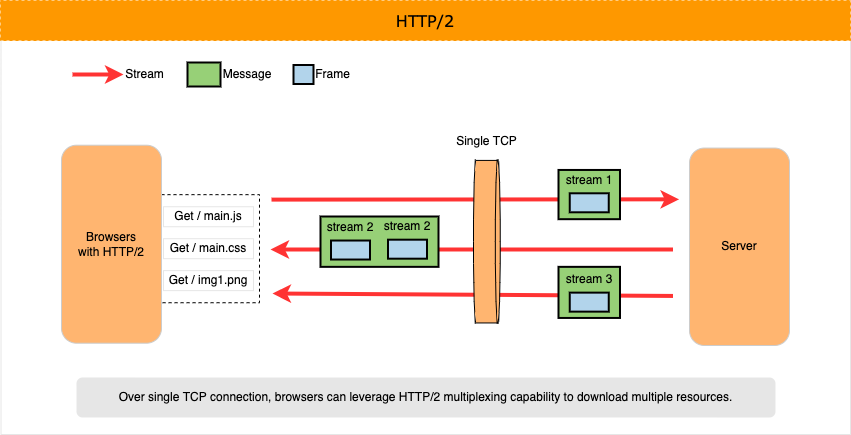
Earlier version of the draw.io export diagrams/http2.png (shahzadhuq/jit-learning-gRPC-with-dotnet). Source tidied: cells renumbered, new cells last; positions are measured from the earlier drawing's top-left corner, leaving out a move shared by most shapes. Source of this version:
```xml
<mxGraphModel>
  <root>
    <mxCell id="0" />
    <mxCell id="1" parent="0" />
    <mxCell id="2" style="rounded=0;whiteSpace=wrap;html=1;strokeColor=#E6E6E6;" parent="1" vertex="1">
      <mxGeometry x="0.5" y="38" width="849.5" height="396" as="geometry" />
    </mxCell>
    <mxCell id="3" style="rounded=0;whiteSpace=wrap;html=1;shadow=0;dashed=1;strokeColor=default;fillColor=none;" parent="1" vertex="1">
      <mxGeometry x="161" y="194.2" width="98" height="108.1" as="geometry" />
    </mxCell>
    <mxCell id="4" value="HTTP/2" style="rounded=0;whiteSpace=wrap;html=1;shadow=0;dashed=1;fontFamily=Verdana;fontSize=16;strokeColor=#FE9800;strokeWidth=1;fillColor=#FE9800;fontStyle=0;" parent="1" vertex="1">
      <mxGeometry width="850" height="40" as="geometry" />
    </mxCell>
    <mxCell id="5" value="Over single TCP connection, browsers can leverage HTTP/2 multiplexing capability to download multiple resources." style="rounded=1;whiteSpace=wrap;html=1;strokeColor=none;fillColor=#E6E6E6;" parent="1" vertex="1">
      <mxGeometry x="76" y="377" width="699" height="40" as="geometry" />
    </mxCell>
    <mxCell id="6" style="endArrow=classic;html=1;rounded=0;strokeColor=#FF3333;strokeWidth=4;startArrow=none;startFill=0;" parent="1" edge="1">
      <mxGeometry relative="1" as="geometry">
        <mxPoint x="72" y="74" as="sourcePoint" />
        <mxPoint x="123" y="74" as="targetPoint" />
      </mxGeometry>
    </mxCell>
    <mxCell id="7" value="Stream" style="text;html=1;strokeColor=none;fillColor=none;align=center;verticalAlign=middle;whiteSpace=wrap;rounded=0;shadow=0;" parent="1" vertex="1">
      <mxGeometry x="121" y="59" width="47" height="30" as="geometry" />
    </mxCell>
    <mxCell id="8" style="rounded=0;whiteSpace=wrap;html=1;shadow=0;strokeColor=default;fillColor=#97D077;strokeWidth=2;" parent="1" vertex="1">
      <mxGeometry x="187" y="62" width="33" height="24" as="geometry" />
    </mxCell>
    <mxCell id="9" value="Message" style="text;html=1;strokeColor=none;fillColor=none;align=center;verticalAlign=middle;whiteSpace=wrap;rounded=0;shadow=0;" parent="1" vertex="1">
      <mxGeometry x="220" y="59" width="54" height="30" as="geometry" />
    </mxCell>
    <mxCell id="10" style="rounded=0;whiteSpace=wrap;html=1;shadow=0;strokeColor=default;strokeWidth=2;fillColor=#B2D4EB;" parent="1" vertex="1">
      <mxGeometry x="293" y="64.5" width="20" height="19" as="geometry" />
    </mxCell>
    <mxCell id="11" value="Frame" style="text;html=1;strokeColor=none;fillColor=none;align=center;verticalAlign=middle;whiteSpace=wrap;rounded=0;shadow=0;" parent="1" vertex="1">
      <mxGeometry x="313" y="59" width="39" height="30" as="geometry" />
    </mxCell>
    <mxCell id="12" style="endArrow=classic;html=1;rounded=0;entryX=0.765;entryY=0.706;entryDx=0;entryDy=0;strokeColor=#FF3333;strokeWidth=4;entryPerimeter=0;startArrow=none;startFill=0;" parent="1" edge="1">
      <mxGeometry relative="1" as="geometry">
        <mxPoint x="271" y="199.1" as="sourcePoint" />
        <mxPoint x="678.5" y="198.8" as="targetPoint" />
      </mxGeometry>
    </mxCell>
    <mxCell id="13" value="Browsers&lt;br&gt;with HTTP/2" style="rounded=1;whiteSpace=wrap;html=1;shadow=0;strokeColor=#CCCCCC;strokeWidth=1;fillColor=#FFB570;" parent="1" vertex="1">
      <mxGeometry x="61" y="144.7" width="100" height="198" as="geometry" />
    </mxCell>
    <mxCell id="14" value="Server" style="rounded=1;whiteSpace=wrap;html=1;shadow=0;strokeColor=#CCCCCC;strokeWidth=1;fillColor=#FFB570;" parent="1" vertex="1">
      <mxGeometry x="689" y="147.5" width="100" height="197.5" as="geometry" />
    </mxCell>
    <mxCell id="15" style="edgeStyle=orthogonalEdgeStyle;rounded=0;orthogonalLoop=1;jettySize=auto;html=1;exitX=0.5;exitY=1;exitDx=0;exitDy=0;exitPerimeter=0;" parent="1" edge="1">
      <mxGeometry relative="1" as="geometry">
        <mxPoint x="461" y="306.1" as="sourcePoint" />
        <mxPoint x="461" y="306.1" as="targetPoint" />
      </mxGeometry>
    </mxCell>
    <mxCell id="16" value="Get / main.js" style="text;html=1;strokeColor=#E6E6E6;fillColor=none;align=center;verticalAlign=middle;whiteSpace=wrap;rounded=0;shadow=0;" parent="1" vertex="1">
      <mxGeometry x="163" y="206.2" width="90" height="20" as="geometry" />
    </mxCell>
    <mxCell id="17" value="Get / main.css" style="text;html=1;strokeColor=#E6E6E6;fillColor=none;align=center;verticalAlign=middle;whiteSpace=wrap;rounded=0;shadow=0;" parent="1" vertex="1">
      <mxGeometry x="163" y="238.2" width="90" height="20" as="geometry" />
    </mxCell>
    <mxCell id="18" value="Get / img1.png" style="text;html=1;strokeColor=#E6E6E6;fillColor=none;align=center;verticalAlign=middle;whiteSpace=wrap;rounded=0;shadow=0;" parent="1" vertex="1">
      <mxGeometry x="163" y="270.1" width="90" height="20" as="geometry" />
    </mxCell>
    <mxCell id="19" value="Single TCP" style="text;html=1;strokeColor=none;fillColor=none;align=center;verticalAlign=middle;whiteSpace=wrap;rounded=0;shadow=0;dashed=1;" parent="1" vertex="1">
      <mxGeometry x="449.9" y="131" width="73" height="20" as="geometry" />
    </mxCell>
    <mxCell id="20" style="endArrow=classic;html=1;rounded=0;strokeColor=#FF3333;strokeWidth=4;startArrow=none;startFill=0;" parent="1" edge="1">
      <mxGeometry relative="1" as="geometry">
        <mxPoint x="672.5" y="249" as="sourcePoint" />
        <mxPoint x="270" y="249" as="targetPoint" />
      </mxGeometry>
    </mxCell>
    <mxCell id="21" style="endArrow=classic;html=1;rounded=0;strokeColor=#FF3333;strokeWidth=4;startArrow=none;startFill=0;" parent="1" edge="1">
      <mxGeometry relative="1" as="geometry">
        <mxPoint x="672.5" y="295.4" as="sourcePoint" />
        <mxPoint x="272" y="293" as="targetPoint" />
      </mxGeometry>
    </mxCell>
    <mxCell id="22" style="strokeWidth=1;html=1;shape=mxgraph.flowchart.direct_data;whiteSpace=wrap;rounded=1;shadow=0;fillColor=#FFB570;" parent="1" vertex="1">
      <mxGeometry x="473" y="159.9" width="26.8" height="162.5" as="geometry" />
    </mxCell>
    <mxCell id="23" style="rounded=0;whiteSpace=wrap;html=1;shadow=0;strokeColor=default;fillColor=#97D077;strokeWidth=2;" parent="1" vertex="1">
      <mxGeometry x="558" y="169.5" width="61.5" height="49.2" as="geometry" />
    </mxCell>
    <mxCell id="24" style="rounded=0;whiteSpace=wrap;html=1;shadow=0;strokeColor=default;strokeWidth=2;fillColor=#B2D4EB;" parent="1" vertex="1">
      <mxGeometry x="569.2" y="192.8" width="39" height="19" as="geometry" />
    </mxCell>
    <mxCell id="25" value="stream 1" style="text;html=1;strokeColor=none;fillColor=none;align=center;verticalAlign=middle;whiteSpace=wrap;rounded=0;shadow=0;" parent="1" vertex="1">
      <mxGeometry x="561.8" y="169.1" width="54" height="21" as="geometry" />
    </mxCell>
    <mxCell id="26" style="rounded=0;whiteSpace=wrap;html=1;shadow=0;strokeColor=default;fillColor=#97D077;strokeWidth=2;" parent="1" vertex="1">
      <mxGeometry x="320" y="216" width="118" height="50.4" as="geometry" />
    </mxCell>
    <mxCell id="27" style="rounded=0;whiteSpace=wrap;html=1;shadow=0;strokeColor=default;strokeWidth=2;fillColor=#B2D4EB;" parent="1" vertex="1">
      <mxGeometry x="330.5" y="240" width="39" height="19" as="geometry" />
    </mxCell>
    <mxCell id="28" value="stream 2" style="text;html=1;strokeColor=none;fillColor=none;align=center;verticalAlign=middle;whiteSpace=wrap;rounded=0;shadow=0;" parent="1" vertex="1">
      <mxGeometry x="323" y="218.7" width="54" height="16.4" as="geometry" />
    </mxCell>
    <mxCell id="29" style="rounded=0;whiteSpace=wrap;html=1;shadow=0;strokeColor=default;strokeWidth=2;fillColor=#B2D4EB;" parent="1" vertex="1">
      <mxGeometry x="387.5" y="239.2" width="39" height="19" as="geometry" />
    </mxCell>
    <mxCell id="30" value="stream 2" style="text;html=1;strokeColor=none;fillColor=none;align=center;verticalAlign=middle;whiteSpace=wrap;rounded=0;shadow=0;" parent="1" vertex="1">
      <mxGeometry x="380" y="217.8" width="54" height="17.3" as="geometry" />
    </mxCell>
    <mxCell id="31" style="rounded=0;whiteSpace=wrap;html=1;shadow=0;strokeColor=default;fillColor=#97D077;strokeWidth=2;" parent="1" vertex="1">
      <mxGeometry x="558" y="266.4" width="61.5" height="51.1" as="geometry" />
    </mxCell>
    <mxCell id="32" style="rounded=0;whiteSpace=wrap;html=1;shadow=0;strokeColor=default;strokeWidth=2;fillColor=#B2D4EB;" parent="1" vertex="1">
      <mxGeometry x="569.2" y="292.1" width="39" height="19" as="geometry" />
    </mxCell>
    <mxCell id="33" value="stream 3" style="text;html=1;strokeColor=none;fillColor=none;align=center;verticalAlign=middle;whiteSpace=wrap;rounded=0;shadow=0;" parent="1" vertex="1">
      <mxGeometry x="561.8" y="268.4" width="54" height="21" as="geometry" />
    </mxCell>
  </root>
</mxGraphModel>
```
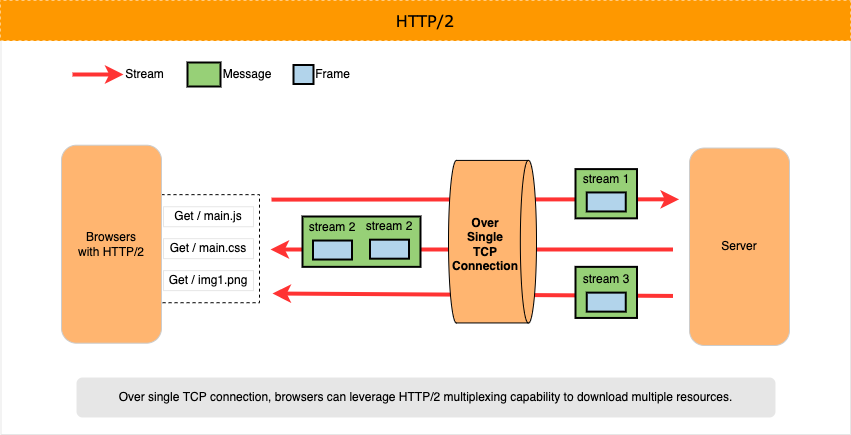
After the change.

Diff of the diagram source:
```diff
@@ -62,56 +62,56 @@
     <mxCell id="18" value="Get / img1.png" style="text;html=1;strokeColor=#E6E6E6;fillColor=none;align=center;verticalAlign=middle;whiteSpace=wrap;rounded=0;shadow=0;" parent="1" vertex="1">
       <mxGeometry x="163" y="270.1" width="90" height="20" as="geometry" />
     </mxCell>
-    <mxCell id="19" value="Single TCP" style="text;html=1;strokeColor=none;fillColor=none;align=center;verticalAlign=middle;whiteSpace=wrap;rounded=0;shadow=0;dashed=1;" parent="1" vertex="1">
-      <mxGeometry x="449.9" y="131" width="73" height="20" as="geometry" />
+    <mxCell id="19" style="endArrow=classic;html=1;rounded=0;strokeColor=#FF3333;strokeWidth=4;startArrow=none;startFill=0;" parent="1" edge="1">
+      <mxGeometry relative="1" as="geometry">
+        <mxPoint x="672.5" y="249" as="sourcePoint" />
+        <mxPoint x="270" y="249" as="targetPoint" />
+      </mxGeometry>
     </mxCell>
     <mxCell id="20" style="endArrow=classic;html=1;rounded=0;strokeColor=#FF3333;strokeWidth=4;startArrow=none;startFill=0;" parent="1" edge="1">
       <mxGeometry relative="1" as="geometry">
-        <mxPoint x="672.5" y="249" as="sourcePoint" />
-        <mxPoint x="270" y="249" as="targetPoint" />
+        <mxPoint x="672.5" y="295.4" as="sourcePoint" />
+        <mxPoint x="272" y="293" as="targetPoint" />
       </mxGeometry>
     </mxCell>
-    <mxCell id="21" style="endArrow=classic;html=1;rounded=0;strokeColor=#FF3333;strokeWidth=4;startArrow=none;startFill=0;" parent="1" edge="1">
-      <mxGeometry relative="1" as="geometry">
-        <mxPoint x="672.5" y="295.4" as="sourcePoint" />
-        <mxPoint x="272" y="293" as="targetPoint" />
-      </mxGeometry>
+    <mxCell id="21" value="&lt;span style=&quot;&quot;&gt;&lt;br&gt;&lt;/span&gt;" style="strokeWidth=1;html=1;shape=mxgraph.flowchart.direct_data;whiteSpace=wrap;rounded=1;shadow=0;fillColor=#FFB570;" parent="1" vertex="1">
+      <mxGeometry x="448" y="159.9" width="88" height="162.5" as="geometry" />
     </mxCell>
-    <mxCell id="22" style="strokeWidth=1;html=1;shape=mxgraph.flowchart.direct_data;whiteSpace=wrap;rounded=1;shadow=0;fillColor=#FFB570;" parent="1" vertex="1">
-      <mxGeometry x="473" y="159.9" width="26.8" height="162.5" as="geometry" />
+    <mxCell id="22" style="rounded=0;whiteSpace=wrap;html=1;shadow=0;strokeColor=default;fillColor=#97D077;strokeWidth=2;" parent="1" vertex="1">
+      <mxGeometry x="575" y="168.6" width="61.5" height="49.2" as="geometry" />
     </mxCell>
-    <mxCell id="23" style="rounded=0;whiteSpace=wrap;html=1;shadow=0;strokeColor=default;fillColor=#97D077;strokeWidth=2;" parent="1" vertex="1">
-      <mxGeometry x="558" y="169.5" width="61.5" height="49.2" as="geometry" />
+    <mxCell id="23" style="rounded=0;whiteSpace=wrap;html=1;shadow=0;strokeColor=default;strokeWidth=2;fillColor=#B2D4EB;" parent="1" vertex="1">
+      <mxGeometry x="586.2" y="191.9" width="39" height="19" as="geometry" />
     </mxCell>
-    <mxCell id="24" style="rounded=0;whiteSpace=wrap;html=1;shadow=0;strokeColor=default;strokeWidth=2;fillColor=#B2D4EB;" parent="1" vertex="1">
-      <mxGeometry x="569.2" y="192.8" width="39" height="19" as="geometry" />
+    <mxCell id="24" value="stream 1" style="text;html=1;strokeColor=none;fillColor=none;align=center;verticalAlign=middle;whiteSpace=wrap;rounded=0;shadow=0;" parent="1" vertex="1">
+      <mxGeometry x="578.8" y="168.3" width="54" height="21" as="geometry" />
     </mxCell>
-    <mxCell id="25" value="stream 1" style="text;html=1;strokeColor=none;fillColor=none;align=center;verticalAlign=middle;whiteSpace=wrap;rounded=0;shadow=0;" parent="1" vertex="1">
-      <mxGeometry x="561.8" y="169.1" width="54" height="21" as="geometry" />
+    <mxCell id="25" style="rounded=0;whiteSpace=wrap;html=1;shadow=0;strokeColor=default;fillColor=#97D077;strokeWidth=2;" parent="1" vertex="1">
+      <mxGeometry x="302" y="216" width="118" height="50.4" as="geometry" />
     </mxCell>
-    <mxCell id="26" style="rounded=0;whiteSpace=wrap;html=1;shadow=0;strokeColor=default;fillColor=#97D077;strokeWidth=2;" parent="1" vertex="1">
-      <mxGeometry x="320" y="216" width="118" height="50.4" as="geometry" />
+    <mxCell id="26" style="rounded=0;whiteSpace=wrap;html=1;shadow=0;strokeColor=default;strokeWidth=2;fillColor=#B2D4EB;" parent="1" vertex="1">
+      <mxGeometry x="312.5" y="240" width="39" height="19" as="geometry" />
     </mxCell>
-    <mxCell id="27" style="rounded=0;whiteSpace=wrap;html=1;shadow=0;strokeColor=default;strokeWidth=2;fillColor=#B2D4EB;" parent="1" vertex="1">
-      <mxGeometry x="330.5" y="240" width="39" height="19" as="geometry" />
+    <mxCell id="27" value="stream 2" style="text;html=1;strokeColor=none;fillColor=none;align=center;verticalAlign=middle;whiteSpace=wrap;rounded=0;shadow=0;" parent="1" vertex="1">
+      <mxGeometry x="305" y="218.7" width="54" height="16.4" as="geometry" />
     </mxCell>
-    <mxCell id="28" value="stream 2" style="text;html=1;strokeColor=none;fillColor=none;align=center;verticalAlign=middle;whiteSpace=wrap;rounded=0;shadow=0;" parent="1" vertex="1">
-      <mxGeometry x="323" y="218.7" width="54" height="16.4" as="geometry" />
+    <mxCell id="28" style="rounded=0;whiteSpace=wrap;html=1;shadow=0;strokeColor=default;strokeWidth=2;fillColor=#B2D4EB;" parent="1" vertex="1">
+      <mxGeometry x="369.5" y="239.2" width="39" height="19" as="geometry" />
     </mxCell>
-    <mxCell id="29" style="rounded=0;whiteSpace=wrap;html=1;shadow=0;strokeColor=default;strokeWidth=2;fillColor=#B2D4EB;" parent="1" vertex="1">
-      <mxGeometry x="387.5" y="239.2" width="39" height="19" as="geometry" />
+    <mxCell id="29" value="stream 2" style="text;html=1;strokeColor=none;fillColor=none;align=center;verticalAlign=middle;whiteSpace=wrap;rounded=0;shadow=0;" parent="1" vertex="1">
+      <mxGeometry x="362" y="217.8" width="54" height="17.3" as="geometry" />
     </mxCell>
-    <mxCell id="30" value="stream 2" style="text;html=1;strokeColor=none;fillColor=none;align=center;verticalAlign=middle;whiteSpace=wrap;rounded=0;shadow=0;" parent="1" vertex="1">
-      <mxGeometry x="380" y="217.8" width="54" height="17.3" as="geometry" />
+    <mxCell id="30" style="rounded=0;whiteSpace=wrap;html=1;shadow=0;strokeColor=default;fillColor=#97D077;strokeWidth=2;" parent="1" vertex="1">
+      <mxGeometry x="575" y="266.4" width="61.5" height="51.1" as="geometry" />
     </mxCell>
-    <mxCell id="31" style="rounded=0;whiteSpace=wrap;html=1;shadow=0;strokeColor=default;fillColor=#97D077;strokeWidth=2;" parent="1" vertex="1">
-      <mxGeometry x="558" y="266.4" width="61.5" height="51.1" as="geometry" />
+    <mxCell id="31" style="rounded=0;whiteSpace=wrap;html=1;shadow=0;strokeColor=default;strokeWidth=2;fillColor=#B2D4EB;" parent="1" vertex="1">
+      <mxGeometry x="586.2" y="292.1" width="39" height="19" as="geometry" />
     </mxCell>
-    <mxCell id="32" style="rounded=0;whiteSpace=wrap;html=1;shadow=0;strokeColor=default;strokeWidth=2;fillColor=#B2D4EB;" parent="1" vertex="1">
-      <mxGeometry x="569.2" y="292.1" width="39" height="19" as="geometry" />
+    <mxCell id="32" value="stream 3" style="text;html=1;strokeColor=none;fillColor=none;align=center;verticalAlign=middle;whiteSpace=wrap;rounded=0;shadow=0;" parent="1" vertex="1">
+      <mxGeometry x="578.8" y="268.4" width="54" height="21" as="geometry" />
     </mxCell>
-    <mxCell id="33" value="stream 3" style="text;html=1;strokeColor=none;fillColor=none;align=center;verticalAlign=middle;whiteSpace=wrap;rounded=0;shadow=0;" parent="1" vertex="1">
-      <mxGeometry x="561.8" y="268.4" width="54" height="21" as="geometry" />
+    <mxCell id="33" value="Over&lt;br&gt;Single&lt;br&gt;TCP&lt;br&gt;Connection" style="text;html=1;strokeColor=none;fillColor=none;align=center;verticalAlign=middle;whiteSpace=wrap;rounded=0;fontStyle=1;" parent="1" vertex="1">
+      <mxGeometry x="455" y="200.3" width="60" height="86.7" as="geometry" />
     </mxCell>
   </root>
 </mxGraphModel>
```
